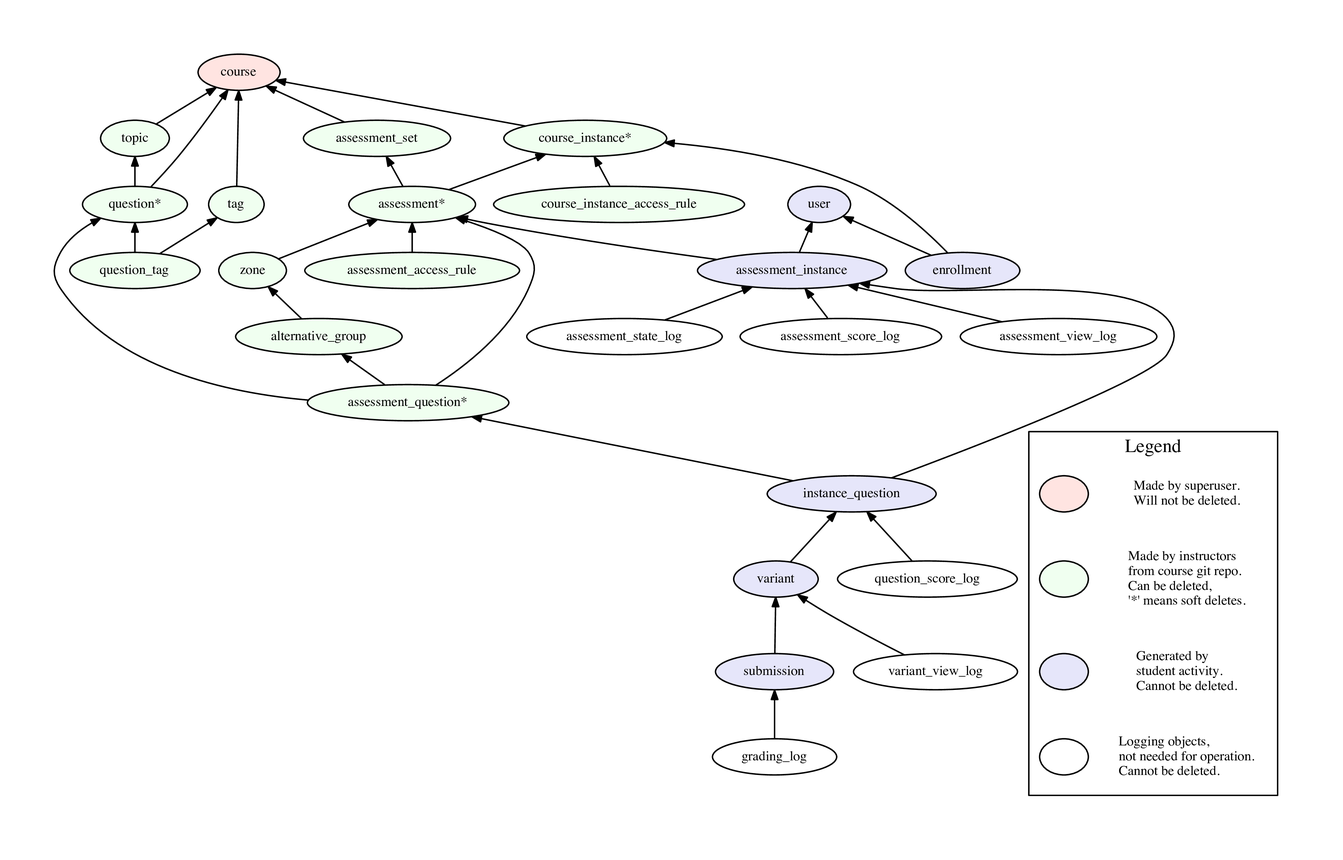
This is v2/doc/models.png from PrairieLearn/PrairieLearn, a Graphviz export, as it was before one commit. Its source is kept beside it as v2/doc/models.gv.
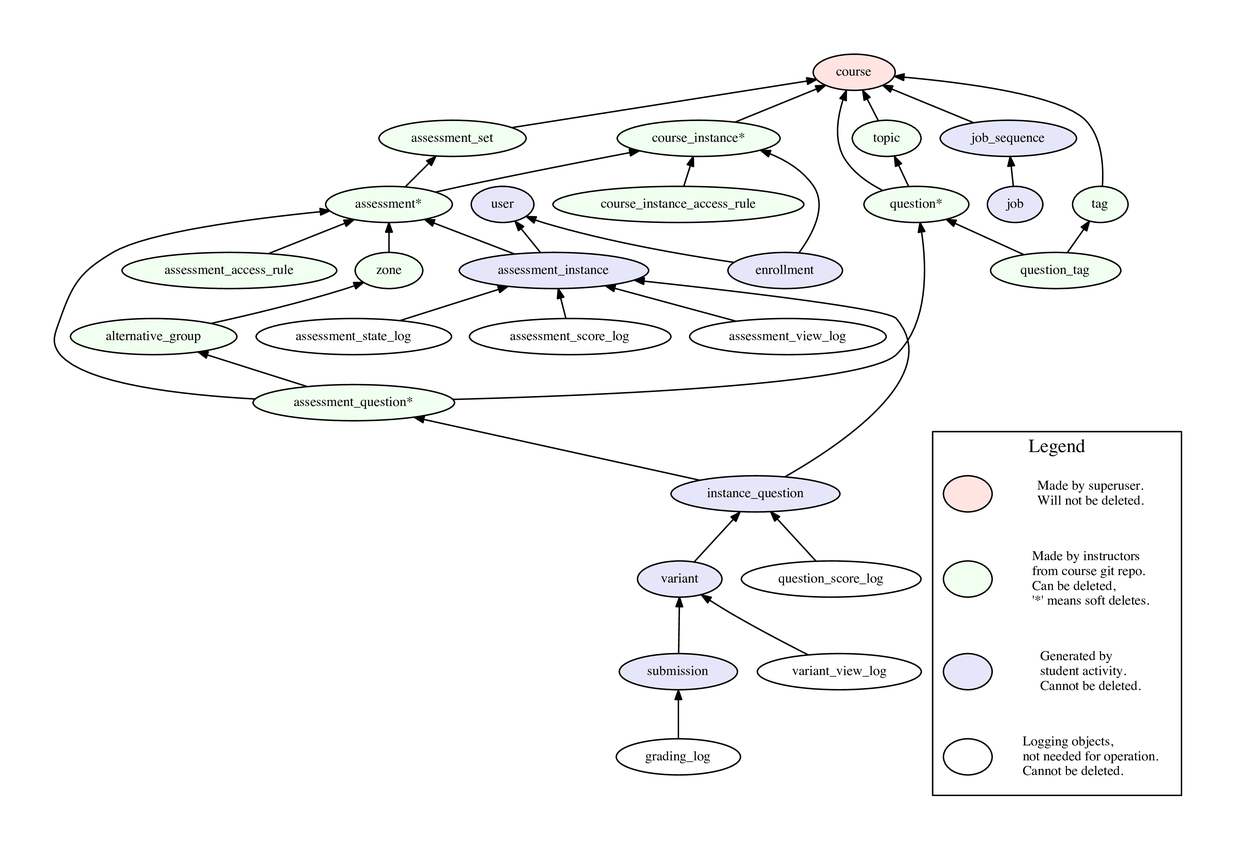
The same file after the commit.

Diff of the diagram source:
```diff
@@ -26,6 +26,8 @@
     instance_question [style=filled, fillcolor=lavender]
     variant [style=filled, fillcolor=lavender]
     submission [style=filled, fillcolor=lavender]
+    job_sequence [style=filled, fillcolor=lavender]
+    job [style=filled, fillcolor=lavender]
 
     assessment_state_log [style=filled, fillcolor=white]
     grading_log [style=filled, fillcolor=white]
@@ -52,6 +54,8 @@
     instance_question -> { assessment_question; assessment_instance }
     variant -> { instance_question }
     submission -> { variant }
+    job_sequence -> { course }
+    job -> { job_sequence }
 
     assessment_state_log -> { assessment_instance }
     grading_log -> { submission }
```
